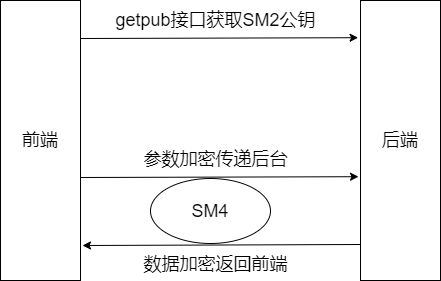
Before: 未命名绘图.png, a diagram exported from draw.io (yangJinRui325/work-notes). Source tidied: cells renumbered, new cells last; positions are measured from the earlier drawing's top-left corner, leaving out a move shared by most shapes.
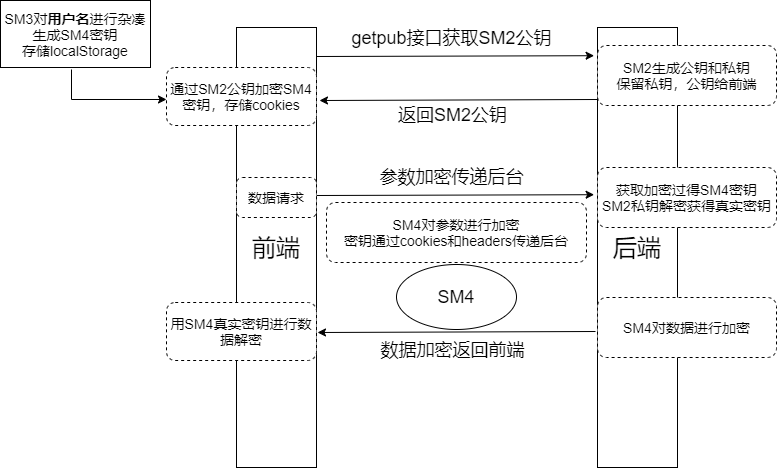
After the commit.

Diff of the diagram source:
```diff
@@ -2,41 +2,83 @@
   <root>
     <mxCell id="0" />
     <mxCell id="1" parent="0" />
-    <mxCell id="2" value="&lt;font style=&quot;font-size: 18px&quot;&gt;后端&lt;/font&gt;" style="rounded=0;whiteSpace=wrap;html=1;" parent="1" vertex="1">
-      <mxGeometry x="360" width="80" height="280" as="geometry" />
+    <mxCell id="2" value="&lt;font style=&quot;font-size: 24px&quot;&gt;后端&lt;/font&gt;" style="rounded=0;whiteSpace=wrap;html=1;" parent="1" vertex="1">
+      <mxGeometry x="361" width="80" height="440" as="geometry" />
     </mxCell>
-    <mxCell id="3" value="&lt;font style=&quot;font-size: 18px&quot;&gt;前端&lt;/font&gt;" style="rounded=0;whiteSpace=wrap;html=1;" parent="1" vertex="1">
-      <mxGeometry width="80" height="280" as="geometry" />
+    <mxCell id="3" value="&lt;font style=&quot;font-size: 24px&quot;&gt;前端&lt;/font&gt;" style="rounded=0;whiteSpace=wrap;html=1;" parent="1" vertex="1">
+      <mxGeometry width="80" height="440" as="geometry" />
     </mxCell>
-    <mxCell id="4" style="endArrow=classic;html=1;exitX=1.005;exitY=0.315;exitDx=0;exitDy=0;exitPerimeter=0;entryX=-0.025;entryY=0.311;entryDx=0;entryDy=0;entryPerimeter=0;" parent="1" edge="1">
-      <mxGeometry relative="1" as="geometry">
-        <mxPoint x="80.4" y="177" as="sourcePoint" />
-        <mxPoint x="358" y="176.2" as="targetPoint" />
-      </mxGeometry>
-    </mxCell>
     <mxCell id="5" value="&lt;font style=&quot;font-size: 18px&quot;&gt;数据加密返回前端&lt;/font&gt;" style="text;html=1;align=center;verticalAlign=middle;strokeColor=none;" parent="1" vertex="1">
-      <mxGeometry x="135" y="254" width="160" height="20" as="geometry" />
+      <mxGeometry x="136" y="313" width="160" height="20" as="geometry" />
     </mxCell>
-    <mxCell id="6" style="endArrow=classic;html=1;entryX=1.025;entryY=0.655;entryDx=0;entryDy=0;entryPerimeter=0;" parent="1" edge="1">
-      <mxGeometry relative="1" as="geometry">
-        <mxPoint x="360" y="244" as="sourcePoint" />
-        <mxPoint x="82" y="245" as="targetPoint" />
-      </mxGeometry>
-    </mxCell>
-    <mxCell id="7" value="&lt;font style=&quot;font-size: 18px&quot;&gt;参数加密传递后台&lt;/font&gt;" style="text;html=1;align=center;verticalAlign=middle;strokeColor=none;" parent="1" vertex="1">
-      <mxGeometry x="135" y="149" width="160" height="20" as="geometry" />
-    </mxCell>
-    <mxCell id="8" value="&lt;font style=&quot;font-size: 18px&quot;&gt;SM4&lt;/font&gt;" style="ellipse;whiteSpace=wrap;html=1;" parent="1" vertex="1">
-      <mxGeometry x="150" y="178" width="120" height="65" as="geometry" />
-    </mxCell>
     <mxCell id="9" style="endArrow=classic;html=1;exitX=1.005;exitY=0.315;exitDx=0;exitDy=0;exitPerimeter=0;entryX=-0.025;entryY=0.311;entryDx=0;entryDy=0;entryPerimeter=0;" parent="1" edge="1">
       <mxGeometry relative="1" as="geometry">
-        <mxPoint x="80" y="38" as="sourcePoint" />
-        <mxPoint x="357.6" y="37.2" as="targetPoint" />
+        <mxPoint x="80" y="29" as="sourcePoint" />
+        <mxPoint x="357.6" y="28.2" as="targetPoint" />
       </mxGeometry>
     </mxCell>
     <mxCell id="10" value="&lt;font style=&quot;font-size: 18px&quot;&gt;getpub接口获取SM2公钥&lt;/font&gt;" style="text;html=1;align=center;verticalAlign=middle;strokeColor=none;" parent="1" vertex="1">
-      <mxGeometry x="104.6" y="10" width="220" height="20" as="geometry" />
+      <mxGeometry x="104.6" y="1" width="220" height="20" as="geometry" />
     </mxCell>
+    <mxCell id="11" value="&lt;font style=&quot;font-size: 18px&quot;&gt;返回SM2公钥&lt;/font&gt;" style="text;html=1;align=center;verticalAlign=middle;strokeColor=none;" parent="1" vertex="1">
+      <mxGeometry x="156" y="78" width="120" height="20" as="geometry" />
+    </mxCell>
+    <mxCell id="12" style="endArrow=classic;html=1;entryX=1.025;entryY=0.655;entryDx=0;entryDy=0;entryPerimeter=0;" parent="1" edge="1">
+      <mxGeometry relative="1" as="geometry">
+        <mxPoint x="361" y="72" as="sourcePoint" />
+        <mxPoint x="83" y="73" as="targetPoint" />
+      </mxGeometry>
+    </mxCell>
+    <mxCell id="13" style="edgeStyle=orthogonalEdgeStyle;rounded=0;orthogonalLoop=1;jettySize=auto;html=1;entryX=0;entryY=0.517;entryDx=0;entryDy=0;entryPerimeter=0;" parent="1" edge="1">
+      <mxGeometry relative="1" as="geometry">
+        <mxPoint x="-165" y="42" as="sourcePoint" />
+        <mxPoint x="-70" y="72" as="targetPoint" />
+        <Array as="points">
+          <mxPoint x="-165" y="72" />
+        </Array>
+      </mxGeometry>
+    </mxCell>
+    <mxCell id="14" value="&lt;font style=&quot;font-size: 14px&quot;&gt;SM3对&lt;b&gt;用户名&lt;/b&gt;进行杂凑&lt;br&gt;生成SM4密钥&lt;br&gt;存储localStorage&lt;br&gt;&lt;/font&gt;" style="rounded=0;whiteSpace=wrap;html=1;" parent="1" vertex="1">
+      <mxGeometry x="-236" y="-27" width="150" height="67" as="geometry" />
+    </mxCell>
+    <mxCell id="15" value="&lt;font style=&quot;font-size: 14px&quot;&gt;SM2生成公钥和私钥&lt;br&gt;保留私钥，公钥给前端&lt;br&gt;&lt;/font&gt;" style="rounded=1;whiteSpace=wrap;html=1;dashed=1;" parent="1" vertex="1">
+      <mxGeometry x="361" y="18" width="179" height="60" as="geometry" />
+    </mxCell>
+    <mxCell id="16" value="&lt;font style=&quot;font-size: 14px&quot;&gt;通过SM2公钥加密SM4密钥，存储cookies&lt;br&gt;&lt;/font&gt;" style="rounded=1;whiteSpace=wrap;html=1;dashed=1;" parent="1" vertex="1">
+      <mxGeometry x="-70" y="40" width="150" height="58" as="geometry" />
+    </mxCell>
+    <mxCell id="7" value="&lt;font style=&quot;font-size: 18px&quot;&gt;参数加密传递后台&lt;/font&gt;" style="text;html=1;align=center;verticalAlign=middle;strokeColor=none;" parent="1" vertex="1">
+      <mxGeometry x="134.6" y="140" width="160" height="20" as="geometry" />
+    </mxCell>
+    <mxCell id="17" style="endArrow=classic;html=1;exitX=1.005;exitY=0.315;exitDx=0;exitDy=0;exitPerimeter=0;entryX=-0.025;entryY=0.311;entryDx=0;entryDy=0;entryPerimeter=0;" parent="1" edge="1">
+      <mxGeometry relative="1" as="geometry">
+        <mxPoint x="80" y="168" as="sourcePoint" />
+        <mxPoint x="357.6" y="167.2" as="targetPoint" />
+      </mxGeometry>
+    </mxCell>
+    <mxCell id="8" value="&lt;font style=&quot;font-size: 18px&quot;&gt;SM4&lt;/font&gt;" style="ellipse;whiteSpace=wrap;html=1;" parent="1" vertex="1">
+      <mxGeometry x="160" y="237" width="120" height="65" as="geometry" />
+    </mxCell>
+    <mxCell id="18" style="endArrow=classic;html=1;entryX=1.025;entryY=0.655;entryDx=0;entryDy=0;entryPerimeter=0;" parent="1" edge="1">
+      <mxGeometry relative="1" as="geometry">
+        <mxPoint x="359" y="304" as="sourcePoint" />
+        <mxPoint x="81" y="305" as="targetPoint" />
+      </mxGeometry>
+    </mxCell>
+    <mxCell id="19" value="&lt;font style=&quot;font-size: 14px&quot;&gt;SM4对参数进行加密&lt;br&gt;密钥通过cookies和headers传递后台&lt;br&gt;&lt;/font&gt;" style="rounded=1;whiteSpace=wrap;html=1;dashed=1;" parent="1" vertex="1">
+      <mxGeometry x="90" y="175" width="260" height="60" as="geometry" />
+    </mxCell>
+    <mxCell id="20" value="&lt;font style=&quot;font-size: 14px&quot;&gt;获取加密过得SM4密钥&lt;br&gt;SM2私钥解密获得真实密钥&lt;br&gt;&lt;/font&gt;" style="rounded=1;whiteSpace=wrap;html=1;dashed=1;" parent="1" vertex="1">
+      <mxGeometry x="361" y="140" width="179" height="60" as="geometry" />
+    </mxCell>
+    <mxCell id="21" value="&lt;font style=&quot;font-size: 14px&quot;&gt;数据请求&lt;br&gt;&lt;/font&gt;" style="rounded=1;whiteSpace=wrap;html=1;dashed=1;" parent="1" vertex="1">
+      <mxGeometry y="150" width="80" height="40" as="geometry" />
+    </mxCell>
+    <mxCell id="22" value="&lt;font style=&quot;font-size: 14px&quot;&gt;SM4对数据进行加密&lt;br&gt;&lt;/font&gt;" style="rounded=1;whiteSpace=wrap;html=1;dashed=1;" parent="1" vertex="1">
+      <mxGeometry x="361" y="270" width="179" height="60" as="geometry" />
+    </mxCell>
+    <mxCell id="23" value="&lt;font style=&quot;font-size: 14px&quot;&gt;用SM4真实密钥进行数据解密&lt;br&gt;&lt;/font&gt;" style="rounded=1;whiteSpace=wrap;html=1;dashed=1;" parent="1" vertex="1">
+      <mxGeometry x="-70" y="275" width="150" height="58" as="geometry" />
+    </mxCell>
   </root>
 </mxGraphModel>
```
